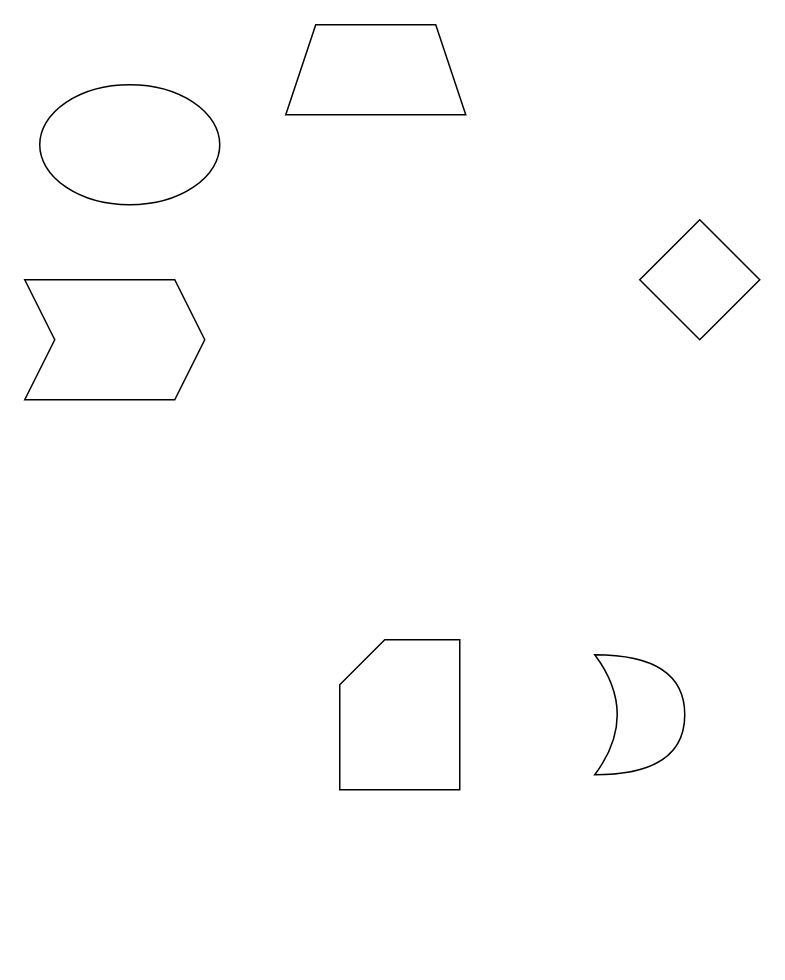
Earlier version of the draw.io diagram src/Fibonacci/Untitled Diagram.drawio (lukaneto/FibonacciAcademico). Source tidied: cells renumbered, new cells numbered last; positions are measured from the earlier drawing's top-left corner, leaving out a move shared by most shapes. Both pictures are drawn from the tidied source at 150%, with x=0, y=0 at pixel (24, 24).
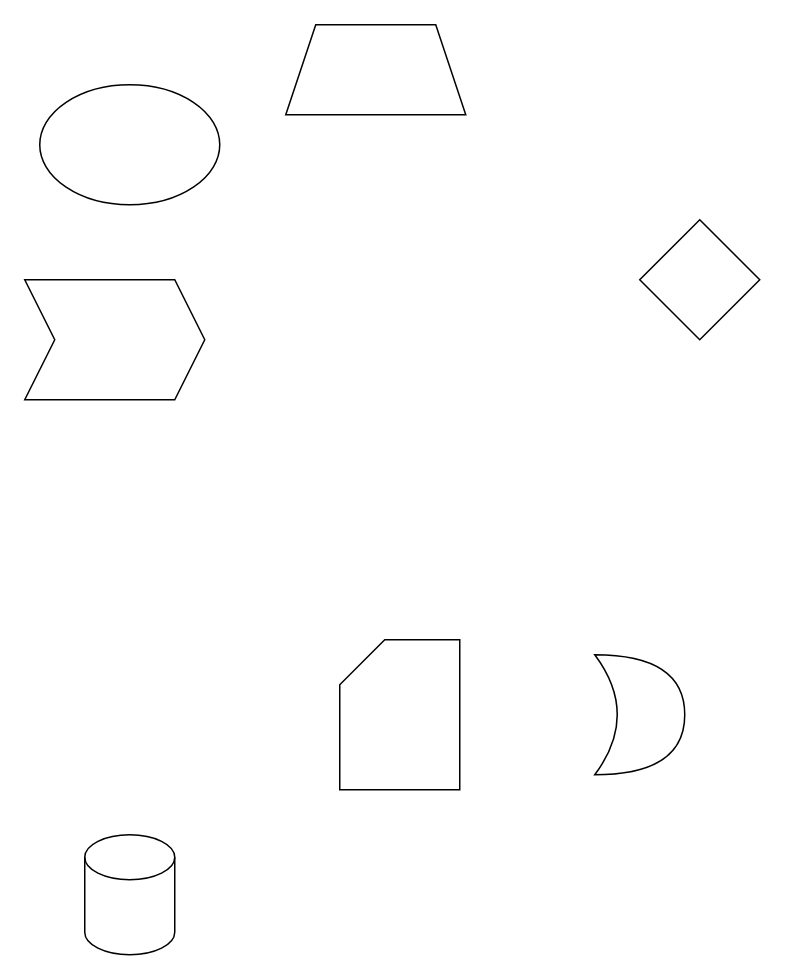
The same page after the edit.

Diff of the diagram source:
```diff
@@
 <mxGraphModel>
   <root>
     <mxCell id="0" />
     <mxCell id="1" parent="0" />
     <mxCell id="2" style="shape=step;perimeter=stepPerimeter;whiteSpace=wrap;html=1;fixedSize=1;" parent="1" vertex="1">
       <mxGeometry y="170" width="120" height="80" as="geometry" />
     </mxCell>
     <mxCell id="3" style="rhombus;whiteSpace=wrap;html=1;" parent="1" vertex="1">
       <mxGeometry x="410" y="130" width="80" height="80" as="geometry" />
     </mxCell>
     <mxCell id="4" style="shape=trapezoid;perimeter=trapezoidPerimeter;whiteSpace=wrap;html=1;fixedSize=1;" parent="1" vertex="1">
       <mxGeometry x="174" width="120" height="60" as="geometry" />
     </mxCell>
     <mxCell id="5" style="shape=xor;whiteSpace=wrap;html=1;" parent="1" vertex="1">
       <mxGeometry x="380" y="420" width="60" height="80" as="geometry" />
     </mxCell>
     <mxCell id="6" style="shape=card;whiteSpace=wrap;html=1;" parent="1" vertex="1">
       <mxGeometry x="210" y="410" width="80" height="100" as="geometry" />
     </mxCell>
     <mxCell id="7" style="ellipse;whiteSpace=wrap;html=1;" parent="1" vertex="1">
       <mxGeometry x="10" y="40" width="120" height="80" as="geometry" />
     </mxCell>
+    <mxCell id="8" style="shape=cylinder3;whiteSpace=wrap;html=1;boundedLbl=1;backgroundOutline=1;size=15;" parent="1" vertex="1">
+      <mxGeometry x="40" y="540" width="60" height="80" as="geometry" />
+    </mxCell>
   </root>
 </mxGraphModel>
```
